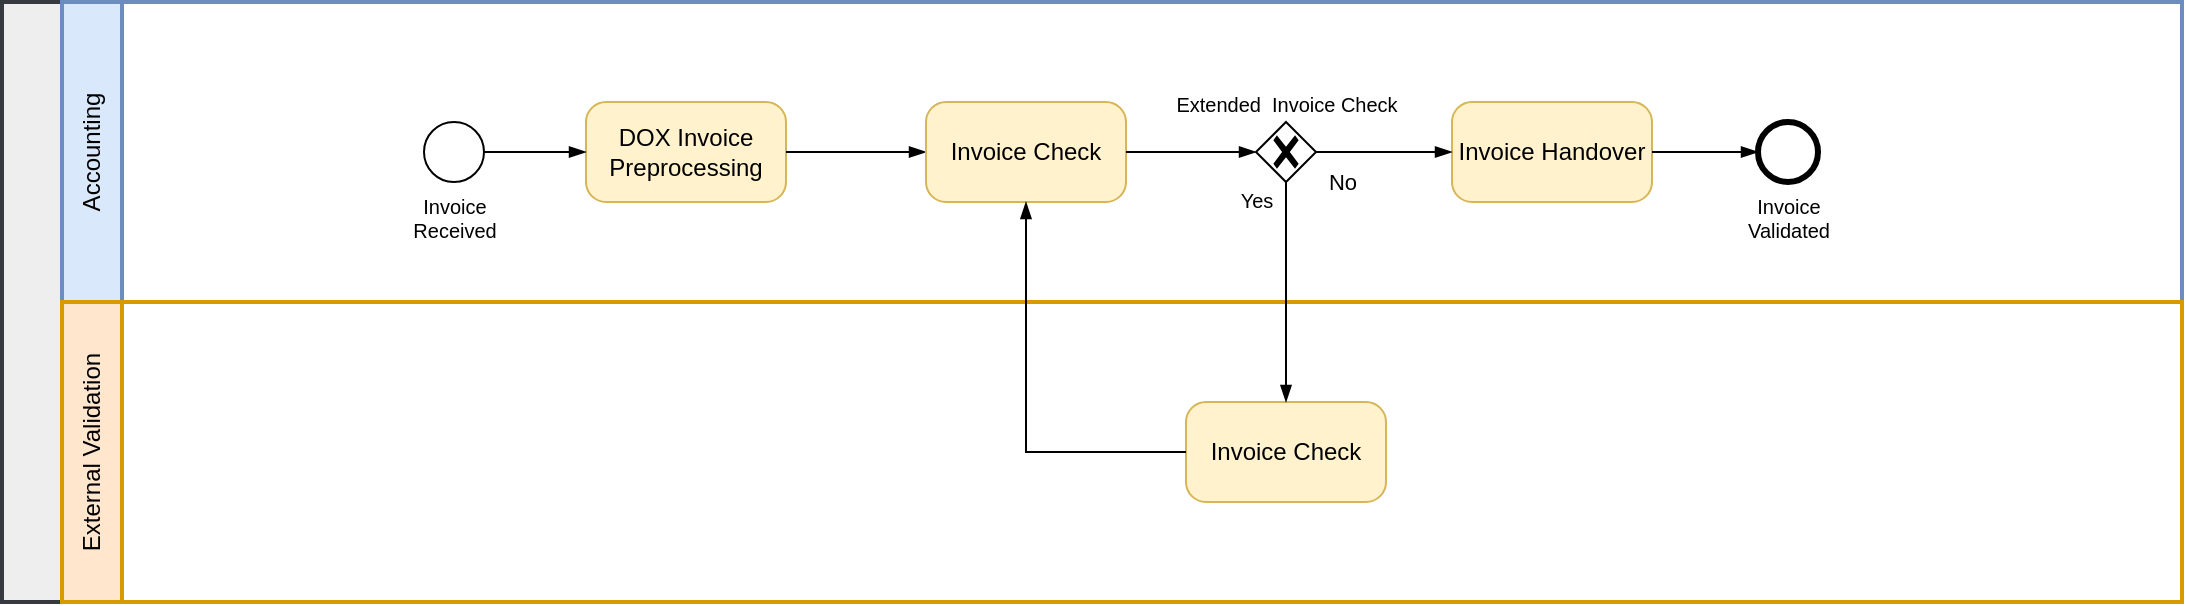
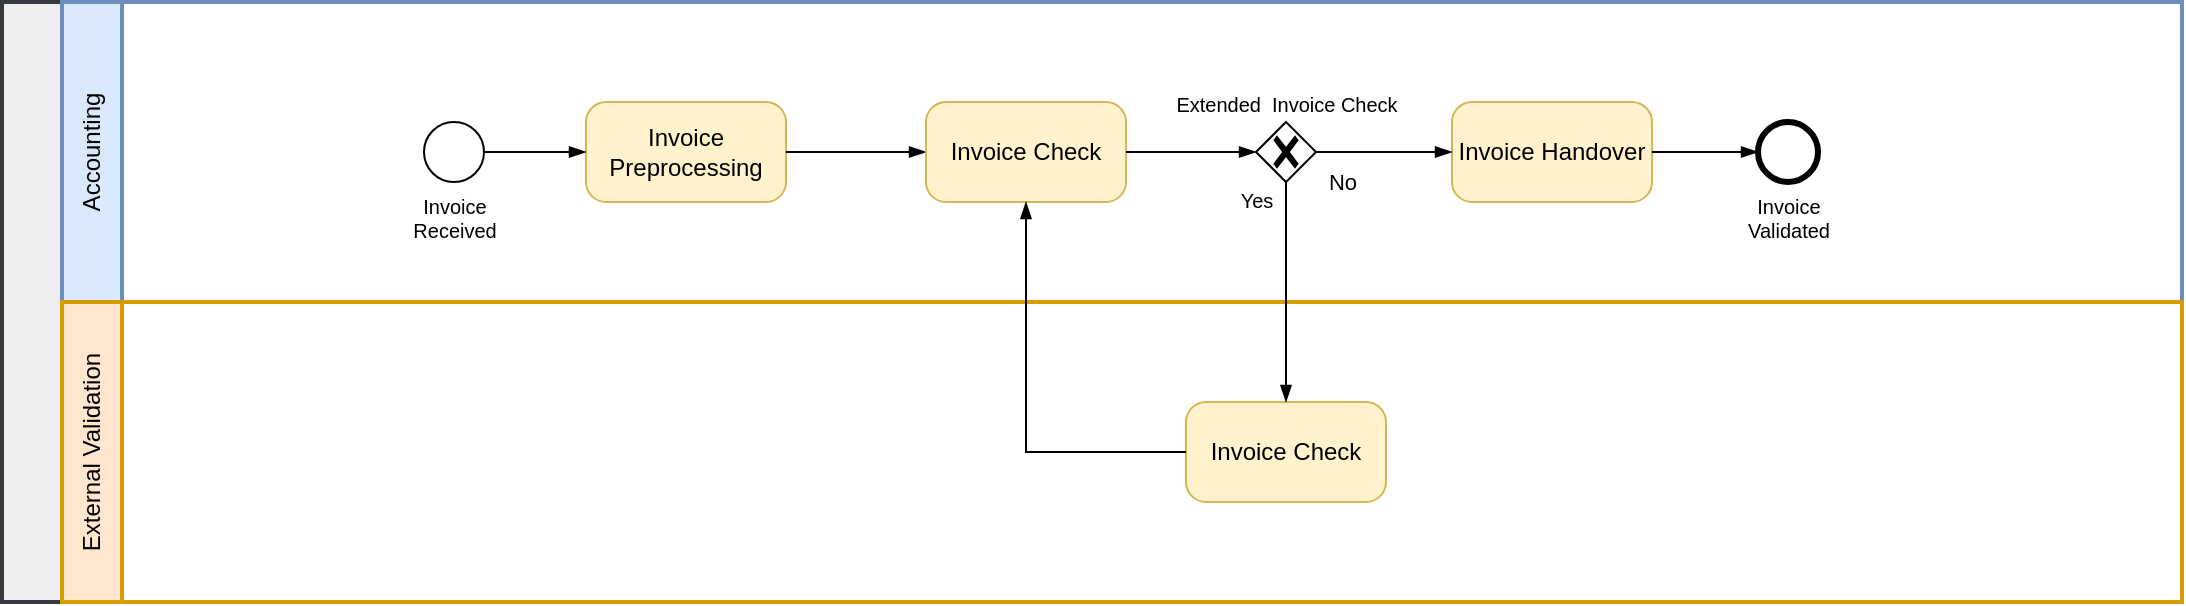
- <mxfile host="Electron" modified="2024-03-19T08:51:26.196Z" agent="Mozilla/5.0 (Windows NT 10.0; Win64; x64) AppleWebKit/537.36 (KHTML, like Gecko) draw.io/23.0.2 Chrome/120.0.6099.109 Electron/28.1.0 Safari/537.36" etag="7PLvp5ItNhKG-Ev2hd_f" version="23.0.2" type="device">
+ <mxfile host="Electron" agent="Mozilla/5.0 (Macintosh; Intel Mac OS X 10_15_7) AppleWebKit/537.36 (KHTML, like Gecko) draw.io/28.2.8 Chrome/140.0.7339.240 Electron/38.4.0 Safari/537.36" version="28.2.8">
  <diagram name="DCM_IV_Process_Flow" id="tgBKfN92DsGDiq1-liwN">
-     <mxGraphModel dx="1143" dy="670" grid="1" gridSize="10" guides="1" tooltips="1" connect="1" arrows="1" fold="1" page="1" pageScale="1" pageWidth="1169" pageHeight="827" math="0" shadow="0">
+     <mxGraphModel dx="1077" dy="693" grid="1" gridSize="10" guides="1" tooltips="1" connect="1" arrows="1" fold="1" page="1" pageScale="1" pageWidth="1169" pageHeight="827" math="0" shadow="0">
      <root>
        <mxCell id="0" />
        <mxCell id="1" parent="0" />
        <mxCell id="oFJOVWGkz_0e8NX7XkyU-1" value="" style="swimlane;html=1;startSize=30;fontStyle=0;collapsible=0;horizontal=0;swimlaneLine=1;swimlaneFillColor=#ffffff;strokeWidth=2;whiteSpace=wrap;fontSize=12;container=0;fillColor=#eeeeee;strokeColor=#36393d;" parent="1" vertex="1">
          <mxGeometry x="40" y="40" width="1090" height="300" as="geometry" />
        </mxCell>
        <mxCell id="oFJOVWGkz_0e8NX7XkyU-2" value="Accounting" style="swimlane;html=1;startSize=30;fontStyle=0;collapsible=0;horizontal=0;swimlaneLine=1;swimlaneFillColor=#ffffff;strokeWidth=2;whiteSpace=wrap;fillColor=#dae8fc;strokeColor=#6c8ebf;" parent="oFJOVWGkz_0e8NX7XkyU-1" vertex="1">
          <mxGeometry x="30" width="1060" height="150" as="geometry" />
        </mxCell>
-         <mxCell id="oFJOVWGkz_0e8NX7XkyU-7" value="&lt;font style=&quot;font-size: 12px;&quot;&gt;DOX Invoice Preprocessing&lt;/font&gt;" style="points=[[0.25,0,0],[0.5,0,0],[0.75,0,0],[1,0.25,0],[1,0.5,0],[1,0.75,0],[0.75,1,0],[0.5,1,0],[0.25,1,0],[0,0.75,0],[0,0.5,0],[0,0.25,0]];shape=mxgraph.bpmn.task;whiteSpace=wrap;rectStyle=rounded;size=10;html=1;container=1;expand=0;collapsible=0;taskMarker=abstract;fillColor=#fff2cc;strokeColor=#d6b656;fontSize=10;" parent="oFJOVWGkz_0e8NX7XkyU-2" vertex="1">
+         <mxCell id="oFJOVWGkz_0e8NX7XkyU-7" value="&lt;font style=&quot;font-size: 12px;&quot;&gt;Invoice Preprocessing&lt;/font&gt;" style="points=[[0.25,0,0],[0.5,0,0],[0.75,0,0],[1,0.25,0],[1,0.5,0],[1,0.75,0],[0.75,1,0],[0.5,1,0],[0.25,1,0],[0,0.75,0],[0,0.5,0],[0,0.25,0]];shape=mxgraph.bpmn.task;whiteSpace=wrap;rectStyle=rounded;size=10;html=1;container=1;expand=0;collapsible=0;taskMarker=abstract;fillColor=#fff2cc;strokeColor=#d6b656;fontSize=10;" parent="oFJOVWGkz_0e8NX7XkyU-2" vertex="1">
          <mxGeometry x="262" y="50" width="100" height="50" as="geometry" />
        </mxCell>
        <mxCell id="oFJOVWGkz_0e8NX7XkyU-17" value="Invoice&lt;br&gt;Received" style="points=[[0.145,0.145,0],[0.5,0,0],[0.855,0.145,0],[1,0.5,0],[0.855,0.855,0],[0.5,1,0],[0.145,0.855,0],[0,0.5,0]];shape=mxgraph.bpmn.event;html=1;verticalLabelPosition=bottom;labelBackgroundColor=#ffffff;verticalAlign=top;align=center;perimeter=ellipsePerimeter;outlineConnect=0;aspect=fixed;outline=standard;symbol=general;fontSize=10;labelPosition=center;" parent="oFJOVWGkz_0e8NX7XkyU-2" vertex="1">
          <mxGeometry x="181" y="60" width="30" height="30" as="geometry" />
        </mxCell>
        <mxCell id="oFJOVWGkz_0e8NX7XkyU-18" value="Invoice&lt;br&gt;Validated" style="points=[[0.145,0.145,0],[0.5,0,0],[0.855,0.145,0],[1,0.5,0],[0.855,0.855,0],[0.5,1,0],[0.145,0.855,0],[0,0.5,0]];shape=mxgraph.bpmn.event;html=1;verticalLabelPosition=bottom;labelBackgroundColor=#ffffff;verticalAlign=top;align=center;perimeter=ellipsePerimeter;outlineConnect=0;aspect=fixed;outline=end;symbol=terminate2;fontSize=10;labelPosition=center;" parent="oFJOVWGkz_0e8NX7XkyU-2" vertex="1">
          <mxGeometry x="848" y="60" width="30" height="30" as="geometry" />
        </mxCell>
        <mxCell id="oFJOVWGkz_0e8NX7XkyU-22" value="" style="edgeStyle=elbowEdgeStyle;fontSize=12;html=1;endArrow=blockThin;endFill=1;rounded=0;exitX=1;exitY=0.5;exitDx=0;exitDy=0;exitPerimeter=0;entryX=0;entryY=0.5;entryDx=0;entryDy=0;entryPerimeter=0;" parent="oFJOVWGkz_0e8NX7XkyU-2" source="oFJOVWGkz_0e8NX7XkyU-17" target="oFJOVWGkz_0e8NX7XkyU-7" edge="1">
          <mxGeometry width="160" relative="1" as="geometry">
            <mxPoint x="211" y="67.5" as="sourcePoint" />
            <mxPoint x="393" y="112.5" as="targetPoint" />
          </mxGeometry>
        </mxCell>
        <mxCell id="oFJOVWGkz_0e8NX7XkyU-24" value="" style="edgeStyle=elbowEdgeStyle;fontSize=12;html=1;endArrow=blockThin;endFill=1;rounded=0;exitX=1;exitY=0.5;exitDx=0;exitDy=0;exitPerimeter=0;entryX=0;entryY=0.5;entryDx=0;entryDy=0;entryPerimeter=0;" parent="oFJOVWGkz_0e8NX7XkyU-2" source="oFJOVWGkz_0e8NX7XkyU-7" target="oFJOVWGkz_0e8NX7XkyU-9" edge="1">
          <mxGeometry width="160" relative="1" as="geometry">
            <mxPoint x="272" y="85" as="sourcePoint" />
            <mxPoint x="403" y="82.5" as="targetPoint" />
          </mxGeometry>
        </mxCell>
        <mxCell id="oFJOVWGkz_0e8NX7XkyU-37" value="&lt;span style=&quot;font-size: 12px;&quot;&gt;Invoice Handover&lt;/span&gt;" style="points=[[0.25,0,0],[0.5,0,0],[0.75,0,0],[1,0.25,0],[1,0.5,0],[1,0.75,0],[0.75,1,0],[0.5,1,0],[0.25,1,0],[0,0.75,0],[0,0.5,0],[0,0.25,0]];shape=mxgraph.bpmn.task;whiteSpace=wrap;rectStyle=rounded;size=10;html=1;container=1;expand=0;collapsible=0;taskMarker=abstract;fillColor=#fff2cc;strokeColor=#d6b656;fontSize=10;" parent="oFJOVWGkz_0e8NX7XkyU-2" vertex="1">
          <mxGeometry x="695" y="50" width="100" height="50" as="geometry" />
        </mxCell>
        <mxCell id="oFJOVWGkz_0e8NX7XkyU-9" value="&lt;font style=&quot;font-size: 12px;&quot;&gt;Invoice Check&lt;/font&gt;" style="points=[[0.25,0,0],[0.5,0,0],[0.75,0,0],[1,0.25,0],[1,0.5,0],[1,0.75,0],[0.75,1,0],[0.5,1,0],[0.25,1,0],[0,0.75,0],[0,0.5,0],[0,0.25,0]];shape=mxgraph.bpmn.task;whiteSpace=wrap;rectStyle=rounded;size=10;html=1;container=1;expand=0;collapsible=0;taskMarker=abstract;fillColor=#fff2cc;strokeColor=#d6b656;fontSize=10;" parent="oFJOVWGkz_0e8NX7XkyU-2" vertex="1">
          <mxGeometry x="432" y="50" width="100" height="50" as="geometry" />
        </mxCell>
        <mxCell id="oFJOVWGkz_0e8NX7XkyU-20" value="&lt;font style=&quot;font-size: 10px;&quot;&gt;Extended&amp;nbsp; Invoice Check&lt;/font&gt;" style="points=[[0.25,0.25,0],[0.5,0,0],[0.75,0.25,0],[1,0.5,0],[0.75,0.75,0],[0.5,1,0],[0.25,0.75,0],[0,0.5,0]];shape=mxgraph.bpmn.gateway2;html=1;verticalLabelPosition=top;labelBackgroundColor=#ffffff;verticalAlign=bottom;align=center;perimeter=rhombusPerimeter;outlineConnect=0;outline=none;symbol=none;gwType=exclusive;fontSize=10;labelPosition=center;" parent="oFJOVWGkz_0e8NX7XkyU-2" vertex="1">
          <mxGeometry x="597" y="60" width="30" height="30" as="geometry" />
        </mxCell>
        <mxCell id="oFJOVWGkz_0e8NX7XkyU-33" value="" style="fontSize=12;html=1;endArrow=blockThin;endFill=1;rounded=0;exitX=1;exitY=0.5;exitDx=0;exitDy=0;exitPerimeter=0;entryX=0;entryY=0.5;entryDx=0;entryDy=0;entryPerimeter=0;" parent="oFJOVWGkz_0e8NX7XkyU-2" source="oFJOVWGkz_0e8NX7XkyU-20" target="oFJOVWGkz_0e8NX7XkyU-37" edge="1">
          <mxGeometry width="160" relative="1" as="geometry">
            <mxPoint x="700" y="107.5" as="sourcePoint" />
            <mxPoint x="731" y="107.5" as="targetPoint" />
          </mxGeometry>
        </mxCell>
        <mxCell id="bkIOkjlxhRuOmOa1WSnX-4" value="No" style="edgeLabel;html=1;align=center;verticalAlign=middle;resizable=0;points=[];" parent="oFJOVWGkz_0e8NX7XkyU-33" vertex="1" connectable="0">
          <mxGeometry x="-0.0735" y="-1" relative="1" as="geometry">
            <mxPoint x="-19" y="14" as="offset" />
          </mxGeometry>
        </mxCell>
        <mxCell id="oFJOVWGkz_0e8NX7XkyU-26" value="" style="edgeStyle=elbowEdgeStyle;fontSize=12;html=1;endArrow=blockThin;endFill=1;rounded=0;exitX=1;exitY=0.5;exitDx=0;exitDy=0;exitPerimeter=0;entryX=0;entryY=0.5;entryDx=0;entryDy=0;entryPerimeter=0;" parent="oFJOVWGkz_0e8NX7XkyU-2" source="oFJOVWGkz_0e8NX7XkyU-9" target="oFJOVWGkz_0e8NX7XkyU-20" edge="1">
          <mxGeometry width="160" relative="1" as="geometry">
            <mxPoint x="540" y="83" as="sourcePoint" />
            <mxPoint x="606" y="77.5" as="targetPoint" />
          </mxGeometry>
        </mxCell>
        <mxCell id="bkIOkjlxhRuOmOa1WSnX-3" value="" style="fontSize=12;html=1;endArrow=blockThin;endFill=1;rounded=0;entryX=0;entryY=0.5;entryDx=0;entryDy=0;entryPerimeter=0;exitX=1;exitY=0.5;exitDx=0;exitDy=0;exitPerimeter=0;" parent="oFJOVWGkz_0e8NX7XkyU-2" source="oFJOVWGkz_0e8NX7XkyU-37" target="oFJOVWGkz_0e8NX7XkyU-18" edge="1">
          <mxGeometry width="160" relative="1" as="geometry">
            <mxPoint x="798" y="75" as="sourcePoint" />
            <mxPoint x="705" y="85" as="targetPoint" />
          </mxGeometry>
        </mxCell>
        <mxCell id="oFJOVWGkz_0e8NX7XkyU-3" value="External Validation" style="swimlane;html=1;startSize=30;fontStyle=0;collapsible=0;horizontal=0;swimlaneLine=1;swimlaneFillColor=#ffffff;strokeWidth=2;whiteSpace=wrap;fillColor=#ffe6cc;strokeColor=#d79b00;" parent="oFJOVWGkz_0e8NX7XkyU-1" vertex="1">
          <mxGeometry x="30" y="150" width="1060" height="150" as="geometry" />
        </mxCell>
        <mxCell id="bkIOkjlxhRuOmOa1WSnX-1" value="&lt;font style=&quot;font-size: 12px;&quot;&gt;Invoice Check&lt;/font&gt;" style="points=[[0.25,0,0],[0.5,0,0],[0.75,0,0],[1,0.25,0],[1,0.5,0],[1,0.75,0],[0.75,1,0],[0.5,1,0],[0.25,1,0],[0,0.75,0],[0,0.5,0],[0,0.25,0]];shape=mxgraph.bpmn.task;whiteSpace=wrap;rectStyle=rounded;size=10;html=1;container=1;expand=0;collapsible=0;taskMarker=abstract;fillColor=#fff2cc;strokeColor=#d6b656;fontSize=10;" parent="oFJOVWGkz_0e8NX7XkyU-3" vertex="1">
          <mxGeometry x="562" y="50" width="100" height="50" as="geometry" />
        </mxCell>
        <mxCell id="oFJOVWGkz_0e8NX7XkyU-27" value="" style="fontSize=12;html=1;endArrow=blockThin;endFill=1;rounded=0;exitX=0.5;exitY=1;exitDx=0;exitDy=0;exitPerimeter=0;entryX=0.5;entryY=0;entryDx=0;entryDy=0;entryPerimeter=0;" parent="oFJOVWGkz_0e8NX7XkyU-1" source="oFJOVWGkz_0e8NX7XkyU-20" target="bkIOkjlxhRuOmOa1WSnX-1" edge="1">
          <mxGeometry width="160" relative="1" as="geometry">
            <mxPoint x="577" y="87.5" as="sourcePoint" />
            <mxPoint x="637" y="207" as="targetPoint" />
          </mxGeometry>
        </mxCell>
        <mxCell id="oFJOVWGkz_0e8NX7XkyU-39" value="Yes" style="edgeLabel;html=1;align=center;verticalAlign=middle;resizable=0;points=[];fontSize=10;" parent="oFJOVWGkz_0e8NX7XkyU-27" vertex="1" connectable="0">
          <mxGeometry x="-0.2544" y="2" relative="1" as="geometry">
            <mxPoint x="-17" y="-32" as="offset" />
          </mxGeometry>
        </mxCell>
        <mxCell id="oFJOVWGkz_0e8NX7XkyU-43" value="" style="fontSize=12;html=1;endArrow=blockThin;endFill=1;rounded=0;exitX=0;exitY=0.5;exitDx=0;exitDy=0;exitPerimeter=0;entryX=0.5;entryY=1;entryDx=0;entryDy=0;entryPerimeter=0;edgeStyle=orthogonalEdgeStyle;" parent="oFJOVWGkz_0e8NX7XkyU-1" source="bkIOkjlxhRuOmOa1WSnX-1" target="oFJOVWGkz_0e8NX7XkyU-9" edge="1">
          <mxGeometry width="160" relative="1" as="geometry">
            <mxPoint x="557" y="232" as="sourcePoint" />
            <mxPoint x="684" y="217" as="targetPoint" />
          </mxGeometry>
        </mxCell>
      </root>
    </mxGraphModel>
  </diagram>
</mxfile>
